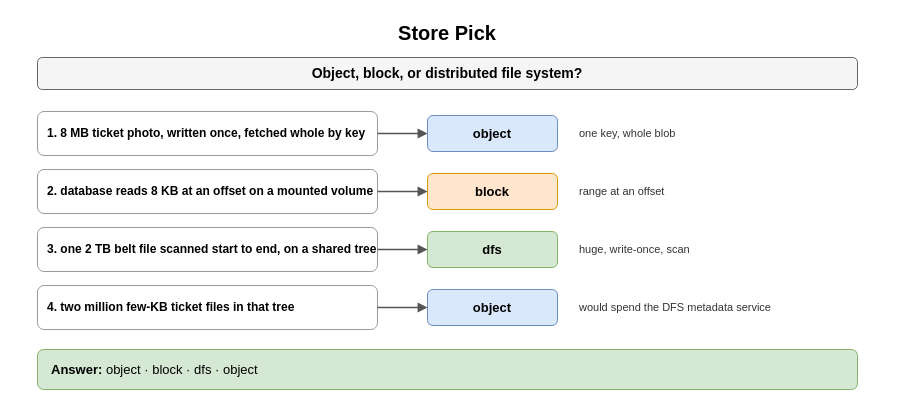
amendez13/swe-study-guide keeps this draw.io diagram as page "Store Pick" (1 of 8) of content/09_System_Design_Interview/13_Storage_and_Data_Processing_at_Scale/diagrams/storage-processing-drills.drawio. Above is the earlier version. Source tidied: cells renumbered, new cells numbered last; positions are measured from the earlier drawing's top-left corner, leaving out a move shared by most shapes. Both pictures are drawn from the tidied source at 100%, with x=0, y=0 at pixel (37, 17).
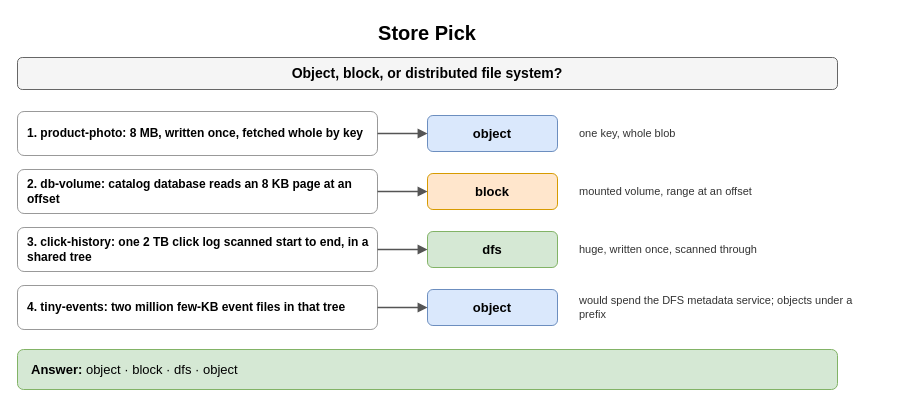
Above is the later version.

Diff of the diagram source:
```diff
@@
     <mxCell id="2" value="Store Pick" style="text;html=1;align=center;verticalAlign=middle;whiteSpace=wrap;fontSize=20;fontStyle=1;" parent="1" vertex="1">
-      <mxGeometry width="820" height="30" as="geometry" />
+      <mxGeometry x="-20" width="820" height="30" as="geometry" />
     </mxCell>
     <mxCell id="3" value="Object, block, or distributed file system?" style="rounded=1;whiteSpace=wrap;html=1;fillColor=#f5f5f5;strokeColor=#666666;fontStyle=1;fontSize=14;" parent="1" vertex="1">
-      <mxGeometry y="40" width="820" height="32" as="geometry" />
+      <mxGeometry x="-20" y="40" width="820" height="32" as="geometry" />
     </mxCell>
-    <mxCell id="4" value="1. 8 MB ticket photo, written once, fetched whole by key" style="rounded=1;whiteSpace=wrap;html=1;fillColor=#ffffff;strokeColor=#999999;fontSize=12;align=left;fontStyle=1;spacingLeft=8;" parent="1" vertex="1">
-      <mxGeometry y="94" width="340" height="44" as="geometry" />
+    <mxCell id="4" value="1. product-photo: 8 MB, written once, fetched whole by key" style="rounded=1;whiteSpace=wrap;html=1;fillColor=#ffffff;strokeColor=#999999;fontSize=12;align=left;fontStyle=1;spacingLeft=8;" parent="1" vertex="1">
+      <mxGeometry x="-20" y="94" width="360" height="44" as="geometry" />
     </mxCell>
@@
     <mxCell id="7" value="one key, whole blob" style="text;html=1;whiteSpace=wrap;fontSize=11;align=left;verticalAlign=middle;fontSize=11;fontColor=#333333;" parent="1" vertex="1">
-      <mxGeometry x="540" y="94" width="320" height="44" as="geometry" />
+      <mxGeometry x="540" y="94" width="300" height="44" as="geometry" />
     </mxCell>
-    <mxCell id="8" value="2. database reads 8 KB at an offset on a mounted volume" style="rounded=1;whiteSpace=wrap;html=1;fillColor=#ffffff;strokeColor=#999999;fontSize=12;align=left;fontStyle=1;spacingLeft=8;" parent="1" vertex="1">
-      <mxGeometry y="152" width="340" height="44" as="geometry" />
+    <mxCell id="8" value="2. db-volume: catalog database reads an 8 KB page at an offset" style="rounded=1;whiteSpace=wrap;html=1;fillColor=#ffffff;strokeColor=#999999;fontSize=12;align=left;fontStyle=1;spacingLeft=8;" parent="1" vertex="1">
+      <mxGeometry x="-20" y="152" width="360" height="44" as="geometry" />
     </mxCell>
@@
-    <mxCell id="11" value="range at an offset" style="text;html=1;whiteSpace=wrap;fontSize=11;align=left;verticalAlign=middle;fontSize=11;fontColor=#333333;" parent="1" vertex="1">
-      <mxGeometry x="540" y="152" width="320" height="44" as="geometry" />
+    <mxCell id="11" value="mounted volume, range at an offset" style="text;html=1;whiteSpace=wrap;fontSize=11;align=left;verticalAlign=middle;fontSize=11;fontColor=#333333;" parent="1" vertex="1">
+      <mxGeometry x="540" y="152" width="300" height="44" as="geometry" />
     </mxCell>
-    <mxCell id="12" value="3. one 2 TB belt file scanned start to end, on a shared tree" style="rounded=1;whiteSpace=wrap;html=1;fillColor=#ffffff;strokeColor=#999999;fontSize=12;align=left;fontStyle=1;spacingLeft=8;" parent="1" vertex="1">
-      <mxGeometry y="210" width="340" height="44" as="geometry" />
+    <mxCell id="12" value="3. click-history: one 2 TB click log scanned start to end, in a shared tree" style="rounded=1;whiteSpace=wrap;html=1;fillColor=#ffffff;strokeColor=#999999;fontSize=12;align=left;fontStyle=1;spacingLeft=8;" parent="1" vertex="1">
+      <mxGeometry x="-20" y="210" width="360" height="44" as="geometry" />
     </mxCell>
@@
-    <mxCell id="15" value="huge, write-once, scan" style="text;html=1;whiteSpace=wrap;fontSize=11;align=left;verticalAlign=middle;fontSize=11;fontColor=#333333;" parent="1" vertex="1">
-      <mxGeometry x="540" y="210" width="320" height="44" as="geometry" />
+    <mxCell id="15" value="huge, written once, scanned through" style="text;html=1;whiteSpace=wrap;fontSize=11;align=left;verticalAlign=middle;fontSize=11;fontColor=#333333;" parent="1" vertex="1">
+      <mxGeometry x="540" y="210" width="300" height="44" as="geometry" />
     </mxCell>
-    <mxCell id="16" value="4. two million few-KB ticket files in that tree" style="rounded=1;whiteSpace=wrap;html=1;fillColor=#ffffff;strokeColor=#999999;fontSize=12;align=left;fontStyle=1;spacingLeft=8;" parent="1" vertex="1">
-      <mxGeometry y="268" width="340" height="44" as="geometry" />
+    <mxCell id="16" value="4. tiny-events: two million few-KB event files in that tree" style="rounded=1;whiteSpace=wrap;html=1;fillColor=#ffffff;strokeColor=#999999;fontSize=12;align=left;fontStyle=1;spacingLeft=8;" parent="1" vertex="1">
+      <mxGeometry x="-20" y="268" width="360" height="44" as="geometry" />
     </mxCell>
@@
-    <mxCell id="19" value="would spend the DFS metadata service" style="text;html=1;whiteSpace=wrap;fontSize=11;align=left;verticalAlign=middle;fontSize=11;fontColor=#333333;" parent="1" vertex="1">
-      <mxGeometry x="540" y="268" width="320" height="44" as="geometry" />
+    <mxCell id="19" value="would spend the DFS metadata service; objects under a prefix" style="text;html=1;whiteSpace=wrap;fontSize=11;align=left;verticalAlign=middle;fontSize=11;fontColor=#333333;" parent="1" vertex="1">
+      <mxGeometry x="540" y="268" width="300" height="44" as="geometry" />
     </mxCell>
     <mxCell id="20" value="&lt;b&gt;Answer:&lt;/b&gt; object · block · dfs · object" style="rounded=1;whiteSpace=wrap;html=1;fillColor=#d5e8d4;strokeColor=#82b366;fontSize=13;align=left;spacingLeft=12;" parent="1" vertex="1">
-      <mxGeometry y="332" width="820" height="40" as="geometry" />
+      <mxGeometry x="-20" y="332" width="820" height="40" as="geometry" />
     </mxCell>
```
